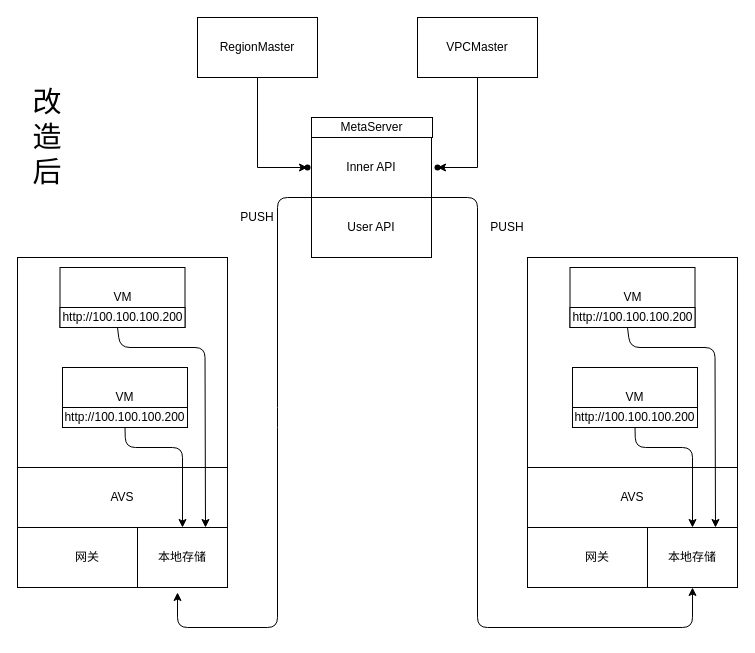
acewzj/post_md keeps this draw.io diagram as page "Page-3" (3 of 4) of about/Untitled Diagram.drawio. Above is the earlier version. Source tidied: cells renumbered, new cells numbered last; positions are measured from the earlier drawing's top-left corner, leaving out a move shared by most shapes. Both pictures are drawn from the tidied source at 100%, with x=0, y=0 at pixel (17, 17).
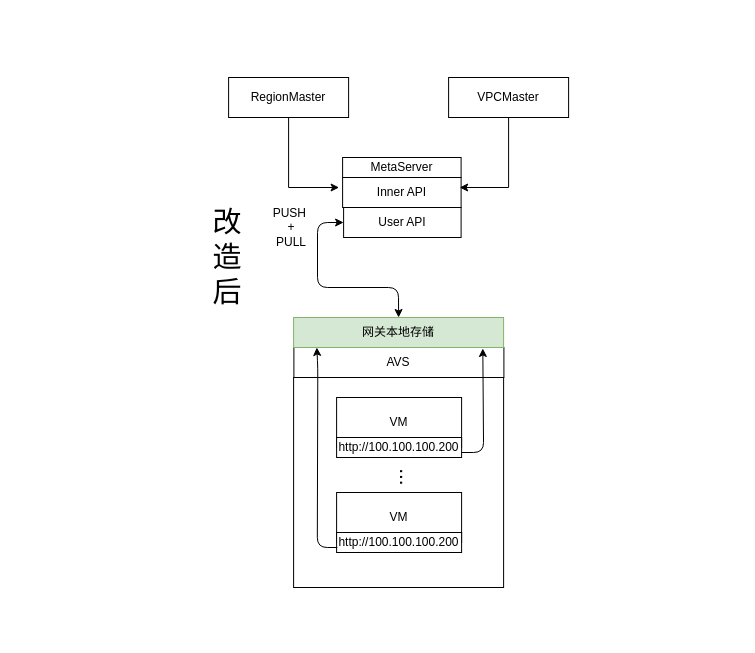
The same diagram, later.

Diff of the diagram source:
```diff
@@
+    <mxCell id="11" value="&lt;font style=&quot;font-size: 29px&quot;&gt;改造后&lt;/font&gt;" style="text;html=1;strokeColor=none;fillColor=none;align=center;verticalAlign=middle;whiteSpace=wrap;rounded=0;" parent="1" vertex="1">
+      <mxGeometry x="190" y="230" width="40" height="20" as="geometry" />
+    </mxCell>
     <mxCell id="2" value="MetaServer" style="rounded=0;whiteSpace=wrap;html=1;align=center;" parent="1" vertex="1">
-      <mxGeometry x="294" y="100" width="121" height="20" as="geometry" />
+      <mxGeometry x="325.1" y="140" width="118.5" height="20" as="geometry" />
     </mxCell>
     <mxCell id="3" value="Inner API" style="rounded=0;whiteSpace=wrap;html=1;" parent="1" vertex="1">
-      <mxGeometry x="294" y="120" width="120" height="60" as="geometry" />
+      <mxGeometry x="325.1" y="160" width="118.5" height="30" as="geometry" />
     </mxCell>
-    <mxCell id="4" style="edgeStyle=orthogonalEdgeStyle;rounded=0;jettySize=auto;html=1;" parent="1" edge="1" source="5" target="9">
-      <mxGeometry relative="1" as="geometry">
-        <Array as="points">
-          <mxPoint x="240" y="150" />
-        </Array>
-      </mxGeometry>
-    </mxCell>
+    <mxCell id="38" style="edgeStyle=orthogonalEdgeStyle;rounded=0;jettySize=auto;html=1;" parent="1" edge="1" source="5">
+      <mxGeometry relative="1" as="geometry">
+        <mxPoint x="321.6" y="170" as="targetPoint" />
+        <Array as="points">
+          <mxPoint x="271.6" y="170" />
+          <mxPoint x="321.6" y="170" />
+        </Array>
+      </mxGeometry>
+    </mxCell>
     <mxCell id="5" value="RegionMaster" style="rounded=0;whiteSpace=wrap;html=1;" parent="1" vertex="1">
-      <mxGeometry x="180" width="120" height="60" as="geometry" />
+      <mxGeometry x="211.1" y="60" width="120" height="40" as="geometry" />
     </mxCell>
-    <mxCell id="6" style="edgeStyle=orthogonalEdgeStyle;rounded=0;jettySize=auto;html=1;" parent="1" edge="1" source="7" target="10">
-      <mxGeometry relative="1" as="geometry">
-        <Array as="points">
-          <mxPoint x="460" y="150" />
-        </Array>
-      </mxGeometry>
-    </mxCell>
+    <mxCell id="39" style="edgeStyle=orthogonalEdgeStyle;rounded=0;jettySize=auto;html=1;entryX=0.988;entryY=0.333;entryDx=0;entryDy=0;entryPerimeter=0;" parent="1" edge="1" source="7" target="3">
+      <mxGeometry relative="1" as="geometry">
+        <Array as="points">
+          <mxPoint x="491.6" y="170" />
+        </Array>
+      </mxGeometry>
+    </mxCell>
     <mxCell id="7" value="VPCMaster" style="rounded=0;whiteSpace=wrap;html=1;" parent="1" vertex="1">
-      <mxGeometry x="400" width="120" height="60" as="geometry" />
+      <mxGeometry x="431.1" y="60" width="120" height="40" as="geometry" />
     </mxCell>
+    <mxCell id="40" style="whiteSpace=wrap;html=1;" parent="1" vertex="1">
+      <mxGeometry x="276.1" y="360" width="210" height="210" as="geometry" />
+    </mxCell>
+    <mxCell id="41" value="VM" style="rounded=0;whiteSpace=wrap;html=1;" parent="1" vertex="1">
+      <mxGeometry x="319.1" y="380" width="125" height="50" as="geometry" />
+    </mxCell>
+    <mxCell id="42" value="AVS" style="rounded=0;whiteSpace=wrap;html=1;" parent="1" vertex="1">
+      <mxGeometry x="276.4" y="330" width="210" height="30" as="geometry" />
+    </mxCell>
+    <mxCell id="43" value="http://100.100.100.200" style="rounded=0;whiteSpace=wrap;html=1;" parent="1" vertex="1">
+      <mxGeometry x="319.1" y="420" width="125" height="20" as="geometry" />
+    </mxCell>
     <mxCell id="8" value="User API" style="rounded=0;whiteSpace=wrap;html=1;" parent="1" vertex="1">
-      <mxGeometry x="294" y="180" width="120" height="60" as="geometry" />
+      <mxGeometry x="326.1" y="190" width="117.5" height="30" as="geometry" />
     </mxCell>
-    <mxCell id="9" style="shape=waypoint;size=6;points=[];fillColor=#ffffff;perimeter=centerPerimeter;snapToPoint=1;rounded=0;" parent="1" vertex="1">
-      <mxGeometry x="270" y="130" width="40" height="40" as="geometry" />
-    </mxCell>
-    <mxCell id="10" style="shape=waypoint;size=6;points=[];fillColor=#ffffff;perimeter=centerPerimeter;snapToPoint=1;rounded=0;" parent="1" vertex="1">
-      <mxGeometry x="400" y="130" width="40" height="40" as="geometry" />
-    </mxCell>
-    <mxCell id="11" value="&lt;font style=&quot;font-size: 29px&quot;&gt;改造后&lt;/font&gt;" style="text;html=1;strokeColor=none;fillColor=none;align=center;verticalAlign=middle;whiteSpace=wrap;rounded=0;" parent="1" vertex="1">
-      <mxGeometry x="10" y="110" width="40" height="20" as="geometry" />
-    </mxCell>
-    <mxCell id="12" style="whiteSpace=wrap;html=1;" parent="1" vertex="1">
-      <mxGeometry x="510" y="240" width="210" height="210" as="geometry" />
-    </mxCell>
-    <mxCell id="13" value="VM" style="rounded=0;whiteSpace=wrap;html=1;" parent="1" vertex="1">
-      <mxGeometry x="552.5" y="250" width="125" height="60" as="geometry" />
-    </mxCell>
-    <mxCell id="14" value="VM" style="rounded=0;whiteSpace=wrap;html=1;" parent="1" vertex="1">
-      <mxGeometry x="555" y="350" width="125" height="60" as="geometry" />
-    </mxCell>
-    <mxCell id="15" value="AVS" style="rounded=0;whiteSpace=wrap;html=1;" parent="1" vertex="1">
-      <mxGeometry x="510" y="450" width="210" height="60" as="geometry" />
-    </mxCell>
-    <mxCell id="16" value="http://100.100.100.200" style="rounded=0;whiteSpace=wrap;html=1;" parent="1" vertex="1">
-      <mxGeometry x="555" y="390" width="125" height="20" as="geometry" />
-    </mxCell>
-    <mxCell id="17" style="endArrow=classic;html=1;entryX=0.5;entryY=0;entryDx=0;entryDy=0;" parent="1" edge="1" source="12" target="15">
-      <mxGeometry relative="1" as="geometry" />
-    </mxCell>
-    <mxCell id="18" style="endArrow=classic;html=1;exitX=0.5;exitY=1;exitDx=0;exitDy=0;entryX=0.5;entryY=0;entryDx=0;entryDy=0;" parent="1" edge="1" source="16" target="22">
-      <mxGeometry relative="1" as="geometry">
-        <Array as="points">
-          <mxPoint x="618" y="430" />
-          <mxPoint x="675" y="430" />
-        </Array>
-      </mxGeometry>
-    </mxCell>
-    <mxCell id="19" style="endArrow=classic;html=1;exitX=0.5;exitY=1;exitDx=0;exitDy=0;" parent="1" edge="1" target="22">
-      <mxGeometry relative="1" as="geometry">
-        <mxPoint x="610" y="310" as="sourcePoint" />
-        <Array as="points">
-          <mxPoint x="612.5" y="330" />
-          <mxPoint x="697.5" y="330" />
-          <mxPoint x="698" y="510" />
-        </Array>
-      </mxGeometry>
-    </mxCell>
-    <mxCell id="20" value="http://100.100.100.200" style="rounded=0;whiteSpace=wrap;html=1;" parent="1" vertex="1">
-      <mxGeometry x="552.5" y="290" width="125" height="20" as="geometry" />
-    </mxCell>
-    <mxCell id="21" value="网关" style="rounded=0;whiteSpace=wrap;html=1;" parent="1" vertex="1">
-      <mxGeometry x="510" y="510" width="140" height="60" as="geometry" />
-    </mxCell>
-    <mxCell id="22" value="本地存储" style="rounded=0;whiteSpace=wrap;html=1;" parent="1" vertex="1">
-      <mxGeometry x="630" y="510" width="90" height="60" as="geometry" />
-    </mxCell>
-    <mxCell id="23" style="endArrow=classic;html=1;exitX=1;exitY=0;exitDx=0;exitDy=0;entryX=0.5;entryY=1;entryDx=0;entryDy=0;" parent="1" edge="1" source="8" target="22">
-      <mxGeometry relative="1" as="geometry">
-        <Array as="points">
-          <mxPoint x="460" y="180" />
-          <mxPoint x="460" y="610" />
-          <mxPoint x="675" y="610" />
-        </Array>
-      </mxGeometry>
-    </mxCell>
-    <mxCell id="24" value="PUSH" style="text;html=1;strokeColor=none;fillColor=none;align=center;verticalAlign=middle;whiteSpace=wrap;rounded=0;" parent="1" vertex="1">
-      <mxGeometry x="470" y="200" width="40" height="20" as="geometry" />
-    </mxCell>
-    <mxCell id="25" style="whiteSpace=wrap;html=1;" parent="1" vertex="1">
-      <mxGeometry y="240" width="210" height="210" as="geometry" />
-    </mxCell>
-    <mxCell id="26" value="VM" style="rounded=0;whiteSpace=wrap;html=1;" parent="1" vertex="1">
-      <mxGeometry x="42.5" y="250" width="125" height="60" as="geometry" />
-    </mxCell>
-    <mxCell id="27" value="VM" style="rounded=0;whiteSpace=wrap;html=1;" parent="1" vertex="1">
-      <mxGeometry x="45" y="350" width="125" height="60" as="geometry" />
-    </mxCell>
-    <mxCell id="28" value="AVS" style="rounded=0;whiteSpace=wrap;html=1;" parent="1" vertex="1">
-      <mxGeometry y="450" width="210" height="60" as="geometry" />
-    </mxCell>
-    <mxCell id="29" value="http://100.100.100.200" style="rounded=0;whiteSpace=wrap;html=1;" parent="1" vertex="1">
-      <mxGeometry x="45" y="390" width="125" height="20" as="geometry" />
-    </mxCell>
-    <mxCell id="30" style="endArrow=classic;html=1;entryX=0.5;entryY=0;entryDx=0;entryDy=0;" parent="1" edge="1" source="25" target="28">
-      <mxGeometry relative="1" as="geometry" />
-    </mxCell>
-    <mxCell id="31" style="endArrow=classic;html=1;exitX=0.5;exitY=1;exitDx=0;exitDy=0;entryX=0.5;entryY=0;entryDx=0;entryDy=0;" parent="1" edge="1" source="29" target="35">
-      <mxGeometry relative="1" as="geometry">
-        <Array as="points">
-          <mxPoint x="108" y="430" />
-          <mxPoint x="165" y="430" />
-        </Array>
-      </mxGeometry>
-    </mxCell>
-    <mxCell id="32" style="endArrow=classic;html=1;exitX=0.5;exitY=1;exitDx=0;exitDy=0;" parent="1" edge="1" target="35">
-      <mxGeometry relative="1" as="geometry">
-        <mxPoint x="100" y="310" as="sourcePoint" />
-        <Array as="points">
-          <mxPoint x="102.5" y="330" />
-          <mxPoint x="187.5" y="330" />
-          <mxPoint x="188" y="510" />
-        </Array>
-      </mxGeometry>
-    </mxCell>
-    <mxCell id="33" value="http://100.100.100.200" style="rounded=0;whiteSpace=wrap;html=1;" parent="1" vertex="1">
-      <mxGeometry x="42.5" y="290" width="125" height="20" as="geometry" />
-    </mxCell>
-    <mxCell id="34" value="网关" style="rounded=0;whiteSpace=wrap;html=1;" parent="1" vertex="1">
-      <mxGeometry y="510" width="140" height="60" as="geometry" />
-    </mxCell>
-    <mxCell id="35" value="本地存储" style="rounded=0;whiteSpace=wrap;html=1;" parent="1" vertex="1">
-      <mxGeometry x="120" y="510" width="90" height="60" as="geometry" />
-    </mxCell>
-    <mxCell id="36" value="PUSH" style="text;html=1;strokeColor=none;fillColor=none;align=center;verticalAlign=middle;whiteSpace=wrap;rounded=0;" parent="1" vertex="1">
-      <mxGeometry x="220" y="190" width="40" height="20" as="geometry" />
-    </mxCell>
-    <mxCell id="37" style="endArrow=classic;html=1;exitX=0;exitY=0;exitDx=0;exitDy=0;" parent="1" edge="1" source="8">
-      <mxGeometry relative="1" as="geometry">
-        <mxPoint x="160" y="575" as="targetPoint" />
-        <Array as="points">
-          <mxPoint x="260" y="180" />
-          <mxPoint x="260" y="400" />
-          <mxPoint x="260" y="610" />
-          <mxPoint x="160" y="610" />
-        </Array>
-      </mxGeometry>
-    </mxCell>
+    <mxCell id="44" value="VM" style="rounded=0;whiteSpace=wrap;html=1;" parent="1" vertex="1">
+      <mxGeometry x="319.1" y="475" width="125" height="50" as="geometry" />
+    </mxCell>
+    <mxCell id="45" value="http://100.100.100.200" style="rounded=0;whiteSpace=wrap;html=1;" parent="1" vertex="1">
+      <mxGeometry x="319.1" y="515" width="125" height="20" as="geometry" />
+    </mxCell>
+    <mxCell id="46" value="&lt;font style=&quot;font-size: 21px&quot;&gt;...&lt;/font&gt;" style="text;html=1;strokeColor=none;fillColor=none;align=center;verticalAlign=middle;whiteSpace=wrap;rounded=0;rotation=90;direction=south;" parent="1" vertex="1">
+      <mxGeometry x="381.1" y="440" width="20" height="40" as="geometry" />
+    </mxCell>
+    <mxCell id="47" style="endArrow=classic;html=1;" parent="1" edge="1">
+      <mxGeometry relative="1" as="geometry">
+        <mxPoint x="319.8" y="530" as="sourcePoint" />
+        <mxPoint x="299.3" y="330" as="targetPoint" />
+        <Array as="points">
+          <mxPoint x="299.8" y="530" />
+          <mxPoint x="300.3" y="350" />
+        </Array>
+      </mxGeometry>
+    </mxCell>
+    <mxCell id="48" style="endArrow=classic;html=1;exitX=1;exitY=0.75;exitDx=0;exitDy=0;entryX=0.901;entryY=1.033;entryDx=0;entryDy=0;entryPerimeter=0;" parent="1" edge="1" source="43" target="49">
+      <mxGeometry relative="1" as="geometry">
+        <Array as="points">
+          <mxPoint x="466.1" y="435" />
+        </Array>
+      </mxGeometry>
+    </mxCell>
+    <mxCell id="49" value="网关本地存储" style="rounded=0;whiteSpace=wrap;html=1;fillColor=#d5e8d4;strokeColor=#82b366;" parent="1" vertex="1">
+      <mxGeometry x="276.1" y="300" width="210" height="30" as="geometry" />
+    </mxCell>
+    <mxCell id="50" style="endArrow=classic;startArrow=classic;html=1;exitX=0.5;exitY=0;exitDx=0;exitDy=0;entryX=0;entryY=0.5;entryDx=0;entryDy=0;" parent="1" edge="1" source="49" target="8">
+      <mxGeometry relative="1" as="geometry">
+        <Array as="points">
+          <mxPoint x="381" y="270" />
+          <mxPoint x="300" y="270" />
+          <mxPoint x="300" y="205" />
+        </Array>
+      </mxGeometry>
+    </mxCell>
+    <mxCell id="51" value="PUSH&amp;nbsp;&lt;br&gt;+&lt;br&gt;PULL" style="text;html=1;strokeColor=none;fillColor=none;align=center;verticalAlign=middle;whiteSpace=wrap;rounded=0;" parent="1" vertex="1">
+      <mxGeometry x="253.6" y="200" width="40" height="20" as="geometry" />
+    </mxCell>
```
